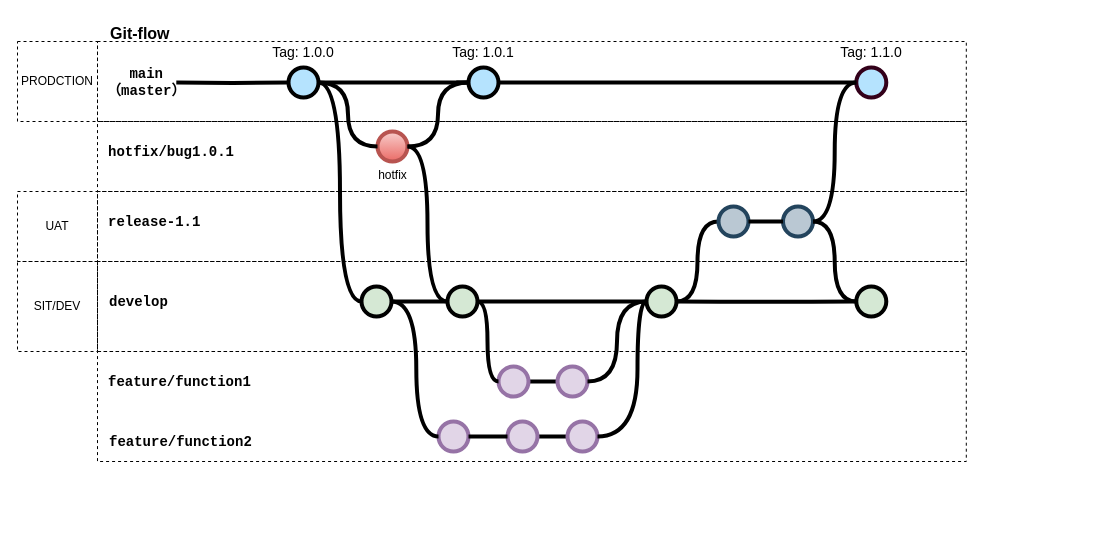
Above: gitFlowProcess.drawio in ssider/draw (draw.io), before the change. Source tidied: cells renumbered, new cells numbered last; positions are measured from the earlier drawing's top-left corner, leaving out a move shared by most shapes. Both pictures are drawn from the tidied source at 100%, with x=0, y=0 at pixel (17, 17).
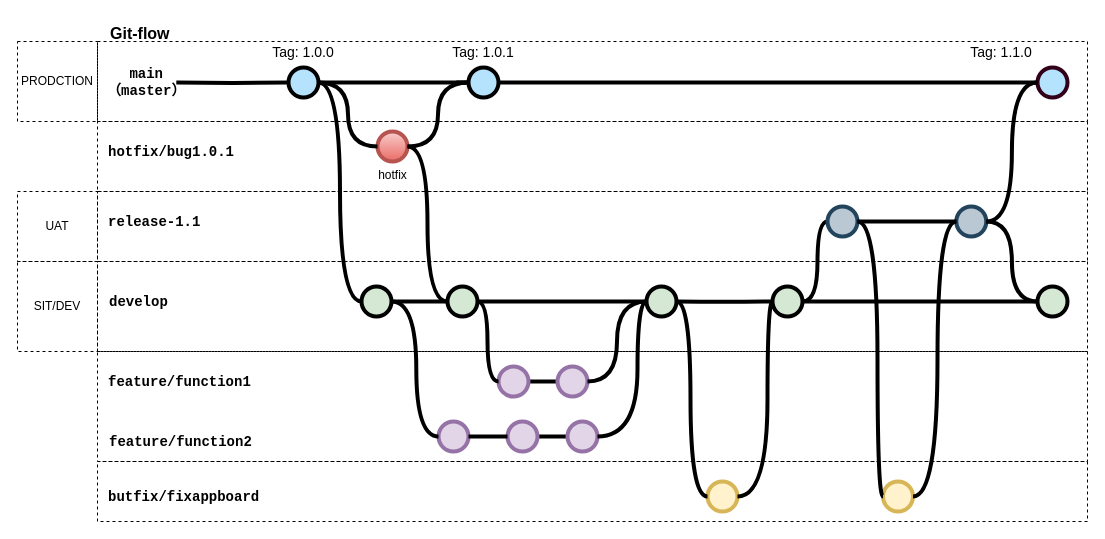
After the change.

Unchanged cells that the change refers to:
```xml
<mxCell id="26" style="verticalLabelPosition=bottom;verticalAlign=top;html=1;strokeWidth=4;shape=mxgraph.flowchart.on-page_reference;plain-purple;gradientColor=none;strokeColor=#000000;fillColor=#D5E8D4;" parent="1" vertex="1">
  <mxGeometry x="629" y="269" width="30" height="30" as="geometry" />
</mxCell>
```

The edit, as a diff of the source:
```diff
@@
+    <mxCell id="57" style="text;html=1;strokeColor=default;fillColor=none;align=left;verticalAlign=middle;whiteSpace=wrap;overflow=hidden;fontSize=14;fontStyle=0;fontColor=#009900;dashed=1;" parent="1" vertex="1">
+      <mxGeometry x="80" y="444" width="990" height="60" as="geometry" />
+    </mxCell>
     <mxCell id="2" style="text;html=1;strokeColor=default;fillColor=none;align=left;verticalAlign=middle;whiteSpace=wrap;overflow=hidden;fontSize=14;fontStyle=0;fontColor=#009900;dashed=1;" parent="1" vertex="1">
-      <mxGeometry x="80" y="244" width="868.8" height="90" as="geometry" />
+      <mxGeometry x="80" y="244" width="990" height="90" as="geometry" />
     </mxCell>
     <mxCell id="3" style="text;html=1;strokeColor=default;fillColor=none;align=left;verticalAlign=middle;whiteSpace=wrap;overflow=hidden;fontSize=14;fontStyle=0;fontColor=#009900;dashed=1;" parent="1" vertex="1">
-      <mxGeometry x="80" y="334" width="868.8" height="110" as="geometry" />
+      <mxGeometry x="80" y="334" width="990" height="110" as="geometry" />
     </mxCell>
     <mxCell id="4" style="text;html=1;strokeColor=default;fillColor=none;align=left;verticalAlign=middle;whiteSpace=wrap;overflow=hidden;fontSize=14;fontStyle=0;fontColor=#009900;dashed=1;" parent="1" vertex="1">
-      <mxGeometry x="80" y="174" width="868.8" height="70" as="geometry" />
+      <mxGeometry x="80" y="174" width="990" height="70" as="geometry" />
     </mxCell>
     <mxCell id="5" style="text;html=1;strokeColor=default;fillColor=none;align=left;verticalAlign=middle;whiteSpace=wrap;overflow=hidden;fontSize=14;fontStyle=0;fontColor=#009900;dashed=1;" parent="1" vertex="1">
-      <mxGeometry x="80" y="104" width="868.8" height="70" as="geometry" />
+      <mxGeometry x="80" y="104" width="990" height="70" as="geometry" />
     </mxCell>
     <mxCell id="6" style="text;html=1;strokeColor=default;fillColor=none;align=left;verticalAlign=middle;whiteSpace=wrap;overflow=hidden;fontSize=14;fontStyle=0;fontColor=#009900;dashed=1;" parent="1" vertex="1">
-      <mxGeometry x="80" y="24" width="868.8" height="80" as="geometry" />
+      <mxGeometry x="80" y="24" width="990" height="80" as="geometry" />
     </mxCell>
@@
     <mxCell id="9" style="verticalLabelPosition=bottom;verticalAlign=top;html=1;strokeWidth=4;shape=mxgraph.flowchart.on-page_reference;plain-blue;gradientColor=none;strokeColor=#33001A;fillColor=#B5E3FE;" parent="1" vertex="1">
-      <mxGeometry x="838.8" y="50" width="30" height="30" as="geometry" />
+      <mxGeometry x="1020" y="50" width="30" height="30" as="geometry" />
     </mxCell>
@@
-    <mxCell id="25" style="edgeStyle=orthogonalEdgeStyle;curved=1;rounded=0;jettySize=auto;html=1;endArrow=none;endFill=0;strokeWidth=4;fontFamily=Courier New;fontColor=#009900;entryX=0;entryY=0.5;entryDx=0;entryDy=0;entryPerimeter=0;" parent="1" edge="1" source="26" target="39">
-      <mxGeometry relative="1" as="geometry" />
+    <mxCell id="25" style="edgeStyle=orthogonalEdgeStyle;curved=1;rounded=0;jettySize=auto;html=1;endArrow=none;endFill=0;strokeWidth=4;fontFamily=Courier New;fontColor=#009900;entryX=0;entryY=0.5;entryDx=0;entryDy=0;entryPerimeter=0;exitX=1;exitY=0.5;exitDx=0;exitDy=0;exitPerimeter=0;" parent="1" edge="1" source="59" target="39">
+      <mxGeometry relative="1" as="geometry">
+        <Array as="points">
+          <mxPoint x="800" y="284" />
+          <mxPoint x="800" y="204" />
+        </Array>
+      </mxGeometry>
     </mxCell>
@@
     <mxCell id="27" style="verticalLabelPosition=bottom;verticalAlign=top;html=1;strokeWidth=4;shape=mxgraph.flowchart.on-page_reference;plain-purple;gradientColor=none;strokeColor=#000000;fillColor=#D5E8D4;" parent="1" vertex="1">
-      <mxGeometry x="838.8" y="269" width="30" height="30" as="geometry" />
+      <mxGeometry x="1020" y="269" width="30" height="30" as="geometry" />
     </mxCell>
     <mxCell id="28" value="Tag: 1.1.0" style="text;html=1;strokeColor=none;fillColor=none;align=center;verticalAlign=middle;whiteSpace=wrap;overflow=hidden;fontSize=14;" parent="1" vertex="1">
-      <mxGeometry x="798.8" y="24" width="110" height="20" as="geometry" />
+      <mxGeometry x="928.8" y="24" width="110" height="20" as="geometry" />
     </mxCell>
@@
     <mxCell id="39" style="verticalLabelPosition=bottom;verticalAlign=top;html=1;strokeWidth=4;shape=mxgraph.flowchart.on-page_reference;strokeColor=#23445d;fillColor=#bac8d3;" parent="1" vertex="1">
-      <mxGeometry x="701" y="189" width="30" height="30" as="geometry" />
+      <mxGeometry x="810" y="189" width="30" height="30" as="geometry" />
     </mxCell>
@@
     <mxCell id="48" style="verticalLabelPosition=bottom;verticalAlign=top;html=1;strokeWidth=4;shape=mxgraph.flowchart.on-page_reference;strokeColor=#23445d;fillColor=#bac8d3;" parent="1" vertex="1">
-      <mxGeometry x="765.5" y="189" width="30" height="30" as="geometry" />
+      <mxGeometry x="938.8" y="189" width="30" height="30" as="geometry" />
     </mxCell>
@@
-    <mxCell id="50" style="edgeStyle=orthogonalEdgeStyle;curved=1;rounded=0;html=1;endArrow=none;endFill=0;jettySize=auto;strokeWidth=4;fontSize=15;" parent="1" edge="1" target="27">
-      <mxGeometry relative="1" as="geometry">
-        <mxPoint x="658.8" y="284" as="sourcePoint" />
-      </mxGeometry>
+    <mxCell id="50" style="edgeStyle=orthogonalEdgeStyle;curved=1;rounded=0;html=1;endArrow=none;endFill=0;jettySize=auto;strokeWidth=4;fontSize=15;startArrow=none;" parent="1" edge="1" source="59" target="27">
+      <mxGeometry relative="1" as="geometry" />
     </mxCell>
@@
+    <mxCell id="58" style="verticalLabelPosition=bottom;verticalAlign=top;html=1;strokeWidth=4;shape=mxgraph.flowchart.on-page_reference;strokeColor=#d6b656;fillColor=#fff2cc;" parent="1" vertex="1">
+      <mxGeometry x="690" y="464" width="30" height="30" as="geometry" />
+    </mxCell>
+    <mxCell id="59" style="verticalLabelPosition=bottom;verticalAlign=top;html=1;strokeWidth=4;shape=mxgraph.flowchart.on-page_reference;plain-purple;gradientColor=none;strokeColor=#000000;fillColor=#D5E8D4;" parent="1" vertex="1">
+      <mxGeometry x="755" y="269" width="30" height="30" as="geometry" />
+    </mxCell>
+    <mxCell id="60" style="edgeStyle=orthogonalEdgeStyle;curved=1;rounded=0;html=1;endArrow=none;endFill=0;jettySize=auto;strokeWidth=4;fontSize=15;" parent="1" edge="1" target="59">
+      <mxGeometry relative="1" as="geometry">
+        <mxPoint x="658.8" y="284" as="sourcePoint" />
+      </mxGeometry>
+    </mxCell>
+    <mxCell id="61" style="edgeStyle=orthogonalEdgeStyle;curved=1;rounded=0;jettySize=auto;html=1;entryX=0;entryY=0.5;entryDx=0;entryDy=0;entryPerimeter=0;endArrow=none;endFill=0;strokeWidth=4;fontFamily=Courier New;fontColor=#009900;exitX=1;exitY=0.5;exitDx=0;exitDy=0;exitPerimeter=0;" parent="1" edge="1" target="59">
+      <mxGeometry relative="1" as="geometry">
+        <mxPoint x="720" y="479" as="sourcePoint" />
+        <Array as="points">
+          <mxPoint x="750" y="479" />
+          <mxPoint x="750" y="284" />
+        </Array>
+      </mxGeometry>
+    </mxCell>
+    <mxCell id="62" style="edgeStyle=orthogonalEdgeStyle;curved=1;rounded=0;html=1;exitX=1;exitY=0.5;exitPerimeter=0;entryX=0;entryY=0.5;entryPerimeter=0;endArrow=none;endFill=0;jettySize=auto;strokeWidth=4;fontSize=15;exitDx=0;exitDy=0;entryDx=0;entryDy=0;" parent="1" edge="1" source="26" target="58">
+      <mxGeometry relative="1" as="geometry">
+        <Array as="points">
+          <mxPoint x="673" y="284" />
+          <mxPoint x="673" y="479" />
+        </Array>
+      </mxGeometry>
+    </mxCell>
+    <mxCell id="63" value="butfix/fixappboard" style="text;html=1;strokeColor=none;fillColor=none;align=left;verticalAlign=middle;whiteSpace=wrap;overflow=hidden;fontSize=14;fontStyle=1;fontFamily=Courier New;" parent="1" vertex="1">
+      <mxGeometry x="88.8" y="469" width="158.8" height="20" as="geometry" />
+    </mxCell>
+    <mxCell id="64" style="verticalLabelPosition=bottom;verticalAlign=top;html=1;strokeWidth=4;shape=mxgraph.flowchart.on-page_reference;strokeColor=#d6b656;fillColor=#fff2cc;" parent="1" vertex="1">
+      <mxGeometry x="865.5" y="464" width="30" height="30" as="geometry" />
+    </mxCell>
+    <mxCell id="65" style="edgeStyle=orthogonalEdgeStyle;curved=1;rounded=0;html=1;exitX=1;exitY=0.5;exitPerimeter=0;entryX=0;entryY=0.5;entryPerimeter=0;endArrow=none;endFill=0;jettySize=auto;strokeWidth=4;fontSize=15;exitDx=0;exitDy=0;entryDx=0;entryDy=0;" parent="1" edge="1" target="64">
+      <mxGeometry relative="1" as="geometry">
+        <mxPoint x="840" y="204" as="sourcePoint" />
+        <Array as="points">
+          <mxPoint x="860" y="204" />
+          <mxPoint x="860" y="479" />
+        </Array>
+      </mxGeometry>
+    </mxCell>
+    <mxCell id="66" style="edgeStyle=orthogonalEdgeStyle;curved=1;rounded=0;jettySize=auto;html=1;endArrow=none;endFill=0;strokeWidth=4;fontFamily=Courier New;fontColor=#009900;exitX=1;exitY=0.5;exitDx=0;exitDy=0;exitPerimeter=0;" parent="1" edge="1" source="64" target="48">
+      <mxGeometry relative="1" as="geometry">
+        <Array as="points">
+          <mxPoint x="920" y="479" />
+          <mxPoint x="920" y="204" />
+        </Array>
+      </mxGeometry>
+    </mxCell>
```
